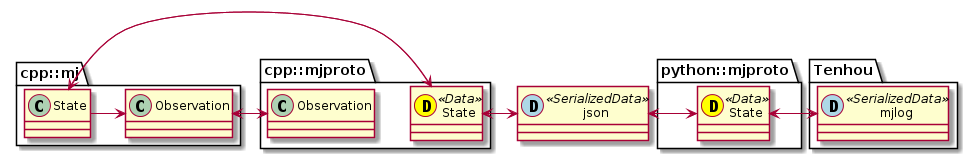
Before: img/serialization.png, a diagram exported from PlantUML (mjx-project/mjx).
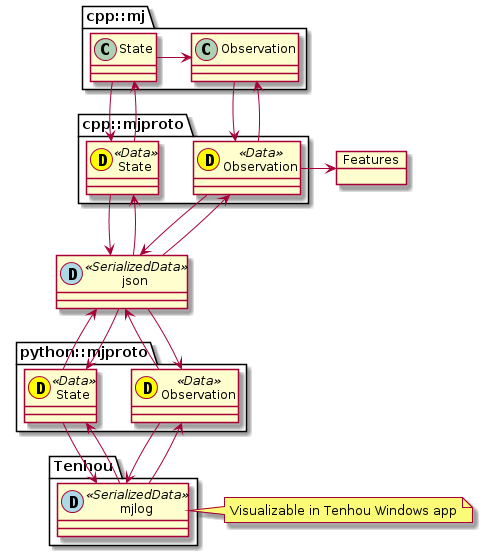
The same file after the commit.

Commit message:
docs: update how to serialize

Change to the diagram source:
```diff
@@ -6,7 +6,15 @@
 
 }
 
+class cpp::mjproto::Observation <<(D,yellow) Data>> {
+
+}
+
 class python::mjproto::State <<(D,yellow) Data>> {
+
+}
+
+class python::mjproto::Observation <<(D,yellow) Data>> {
 
 }
 
@@ -17,22 +25,35 @@
 class Tenhou::mjlog <<(D,lightblue) SerializedData>> {
 
 }
+note right
+Visualizable in Tenhou Windows app
+end note
 
-cpp::mj::State -> cpp::mjproto::State
+object Features
+
+cpp::mj::State -down-> cpp::mjproto::State
 cpp::mj::State -> cpp::mj::Observation
 
-cpp::mj::Observation -> cpp::mjproto::Observation
+cpp::mj::Observation -down-> cpp::mjproto::Observation
 
-cpp::mjproto::State -> cpp::mj::State
-cpp::mjproto::State -> json
+cpp::mjproto::State -up-> cpp::mj::State
+cpp::mjproto::State -down-> json
 
-cpp::mjproto::Observation -> cpp::mj::Observation
+cpp::mjproto::Observation -up-> cpp::mj::Observation
+cpp::mjproto::Observation -down-> json
+cpp::mjproto::Observation -> Features
 
-python::mjproto::State -> Tenhou::mjlog
-python::mjproto::State -> json
+python::mjproto::State -down-> Tenhou::mjlog
+python::mjproto::State -up-> json
 
-Tenhou::mjlog-> python::mjproto::State
+python::mjproto::Observation -down-> Tenhou::mjlog
+python::mjproto::Observation -up-> json
 
-json -> python::mjproto::State
-json -> cpp::mjproto::State
+Tenhou::mjlog -up-> python::mjproto::State
+Tenhou::mjlog -up-> python::mjproto::Observation
+
+json -down-> python::mjproto::State
+json -down-> python::mjproto::Observation
+json -up-> cpp::mjproto::State
+json -up-> cpp::mjproto::Observation
 @enduml
```
